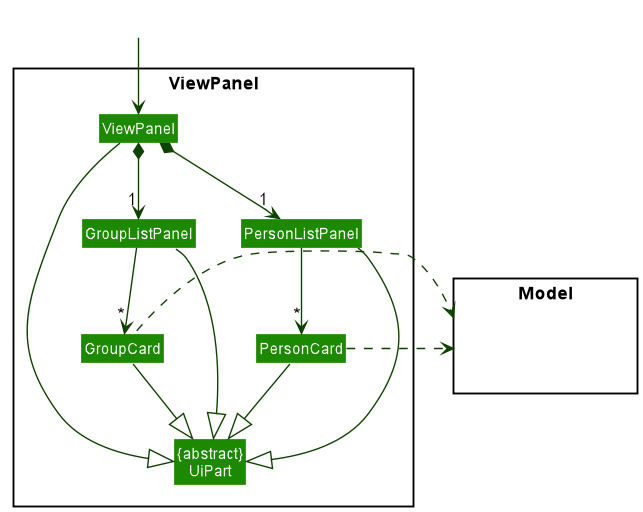
This is docs/images/UiViewPanelDiagram.png from ramapriyan912001/tp, a PlantUML export, as it was before one commit. Source of this version:
```plantuml
@startuml
!include style.puml
skinparam arrowThickness 1.1
skinparam arrowColor UI_COLOR_T4
skinparam classBackgroundColor UI_COLOR

package ViewPanel <<Rectangle>>{
Class "{abstract}\nUiPart" as UiPart
Class ViewPanel
Class GroupListPanel
Class GroupCard
Class PersonListPanel
Class PersonCard
}

package Model <<Rectangle>> {
Class HiddenModel #FFFFFF
}

Class HiddenOutside #FFFFFF
HiddenOutside --> ViewPanel

ViewPanel *-down-> "1" PersonListPanel
ViewPanel *-down-> "1" GroupListPanel

PersonListPanel -down-> "*" PersonCard
GroupListPanel -down-> "*" GroupCard

ViewPanel --|> UiPart
PersonListPanel --|> UiPart
PersonCard --|> UiPart
GroupListPanel --|> UiPart
GroupCard --|> UiPart

PersonCard .right.> Model
GroupCard .left.> Model

@enduml
```
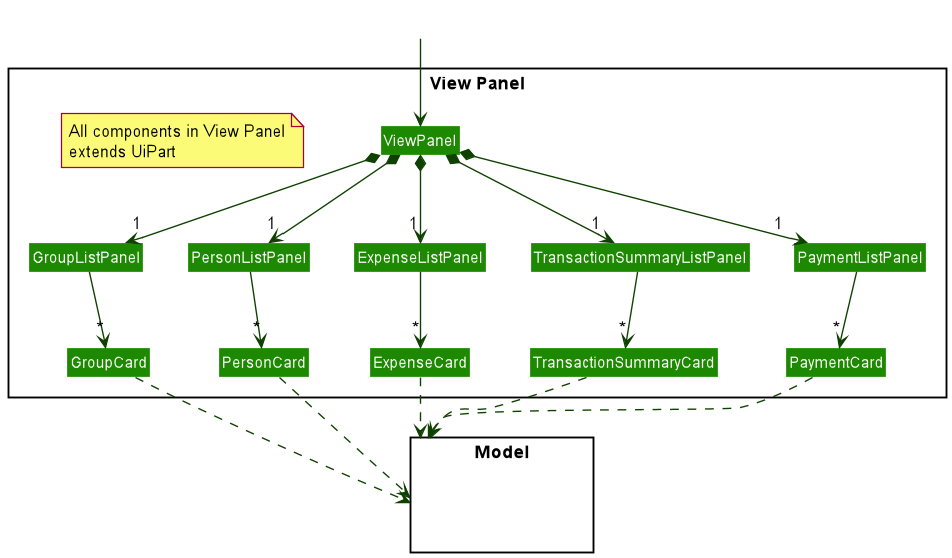
The same diagram one commit later.

Commit message:
Update class diagram

Diff of the diagram source:
```diff
@@ -4,13 +4,20 @@
 skinparam arrowColor UI_COLOR_T4
 skinparam classBackgroundColor UI_COLOR
 
-package ViewPanel <<Rectangle>>{
-Class "{abstract}\nUiPart" as UiPart
+package "View Panel" <<Rectangle>>{
 Class ViewPanel
 Class GroupListPanel
 Class GroupCard
 Class PersonListPanel
 Class PersonCard
+Class ExpenseListPanel
+Class ExpenseCard
+Class TransactionSummaryListPanel
+Class TransactionSummaryCard
+Class PaymentListPanel
+Class PaymentCard
+
+note "All components in View Panel\nextends UiPart" as N1
 }
 
 package Model <<Rectangle>> {
@@ -22,17 +29,21 @@
 
 ViewPanel *-down-> "1" PersonListPanel
 ViewPanel *-down-> "1" GroupListPanel
+ViewPanel *-down-> "1" ExpenseListPanel
+ViewPanel *-down-> "1" TransactionSummaryListPanel
+ViewPanel *-down-> "1" PaymentListPanel
 
 PersonListPanel -down-> "*" PersonCard
 GroupListPanel -down-> "*" GroupCard
+ExpenseListPanel -down-> "*" ExpenseCard
+TransactionSummaryListPanel -down-> "*" TransactionSummaryCard
+PaymentListPanel -down-> "*" PaymentCard
 
-ViewPanel --|> UiPart
-PersonListPanel --|> UiPart
-PersonCard --|> UiPart
-GroupListPanel --|> UiPart
-GroupCard --|> UiPart
 
-PersonCard .right.> Model
-GroupCard .left.> Model
+PersonCard ..> Model
+GroupCard ..> Model
+ExpenseCard ..> Model
+TransactionSummaryCard ..> Model
+PaymentCard ..> Model
 
 @enduml
```
